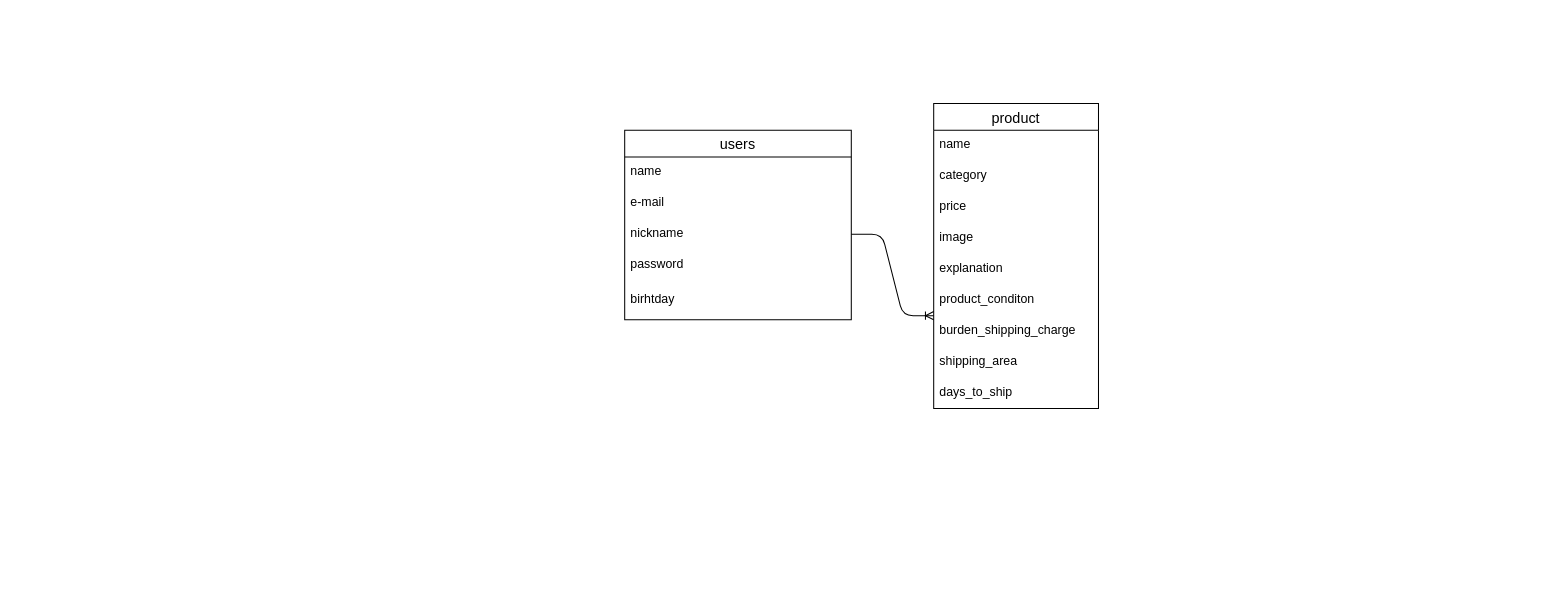
keeee-a/furima-30960 keeps this draw.io diagram as er.dio. Above is the earlier version. Source tidied: cells renumbered, new cells numbered last; positions are measured from the earlier drawing's top-left corner, leaving out a move shared by most shapes. Both pictures are drawn from the tidied source at 103%, with x=0, y=0 at pixel (624, 103).
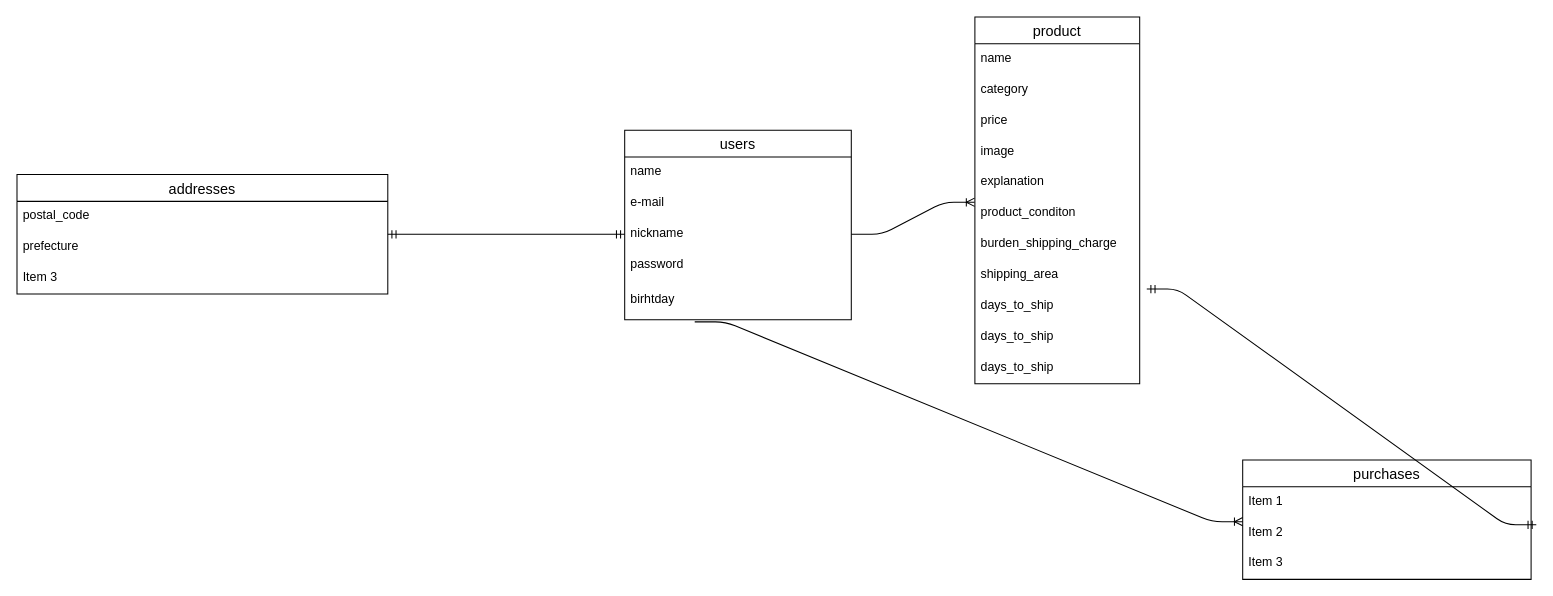
The same diagram, later.

Commit message (it also covers changes not shown here):
データベース設計修正1

設計テーブルの修正
purchasesテーブル、addressesテーブルの作成
associationの記述

The change refers to these unchanged cells:
```xml
<mxCell id="5" value="nickname" style="text;strokeColor=none;fillColor=none;spacingLeft=4;spacingRight=4;overflow=hidden;points=[[0,0.5],[1,0.5]];portConstraint=eastwest;fontSize=12;" parent="2" vertex="1">
  <mxGeometry y="86" width="220" height="30" as="geometry" />
</mxCell>
<mxCell id="7" value="birhtday" style="text;strokeColor=none;fillColor=none;spacingLeft=4;spacingRight=4;overflow=hidden;points=[[0,0.5],[1,0.5]];portConstraint=eastwest;fontSize=12;" parent="2" vertex="1">
  <mxGeometry y="150" width="220" height="34" as="geometry" />
</mxCell>
<mxCell id="14" value="product_conditon" style="text;strokeColor=none;fillColor=none;spacingLeft=4;spacingRight=4;overflow=hidden;points=[[0,0.5],[1,0.5]];portConstraint=eastwest;fontSize=12;" parent="8" vertex="1">
  <mxGeometry y="176" width="160" height="30" as="geometry" />
</mxCell>
```

The edit, as a diff of the source:
```diff
@@
     <mxCell id="8" value="product" style="swimlane;fontStyle=0;horizontal=1;startSize=26;align=center;fontSize=14;" parent="1" vertex="1">
-      <mxGeometry x="300" width="160" height="296" as="geometry" />
+      <mxGeometry x="340" y="-84" width="160" height="356" as="geometry" />
     </mxCell>
@@
+    <mxCell id="19" value="days_to_ship" style="text;strokeColor=none;fillColor=none;spacingLeft=4;spacingRight=4;overflow=hidden;points=[[0,0.5],[1,0.5]];portConstraint=eastwest;fontSize=12;" parent="8" vertex="1">
+      <mxGeometry y="266" width="160" height="30" as="geometry" />
+    </mxCell>
+    <mxCell id="20" value="days_to_ship" style="text;strokeColor=none;fillColor=none;spacingLeft=4;spacingRight=4;overflow=hidden;fontSize=12;" parent="8" vertex="1">
+      <mxGeometry y="296" width="160" height="30" as="geometry" />
+    </mxCell>
     <mxCell id="17" value="days_to_ship" style="text;strokeColor=none;fillColor=none;spacingLeft=4;spacingRight=4;overflow=hidden;fontSize=12;" parent="8" vertex="1">
-      <mxGeometry y="266" width="160" height="30" as="geometry" />
+      <mxGeometry y="326" width="160" height="30" as="geometry" />
     </mxCell>
-    <mxCell id="18" style="edgeStyle=entityRelationEdgeStyle;fontSize=12;html=1;endArrow=ERoneToMany;exitX=1;exitY=0.5;exitDx=0;exitDy=0;" parent="1" edge="1" source="5">
-      <mxGeometry relative="1" as="geometry">
-        <mxPoint x="300" y="206" as="targetPoint" />
-      </mxGeometry>
+    <mxCell id="18" style="edgeStyle=entityRelationEdgeStyle;fontSize=12;html=1;endArrow=ERoneToMany;exitX=1;exitY=0.5;exitDx=0;exitDy=0;entryX=-0.002;entryY=0.129;entryDx=0;entryDy=0;entryPerimeter=0;" parent="1" edge="1" source="5" target="14">
+      <mxGeometry relative="1" as="geometry" />
     </mxCell>
+    <mxCell id="21" value="purchases" style="swimlane;fontStyle=0;horizontal=1;startSize=26;align=center;fontSize=14;" parent="1" vertex="1">
+      <mxGeometry x="600" y="346" width="280" height="116" as="geometry" />
+    </mxCell>
+    <mxCell id="22" value="Item 1" style="text;strokeColor=none;fillColor=none;spacingLeft=4;spacingRight=4;overflow=hidden;fontSize=12;" parent="21" vertex="1">
+      <mxGeometry y="26" width="280" height="30" as="geometry" />
+    </mxCell>
+    <mxCell id="23" value="Item 2" style="text;strokeColor=none;fillColor=none;spacingLeft=4;spacingRight=4;overflow=hidden;points=[[0,0.5],[1,0.5]];portConstraint=eastwest;fontSize=12;" parent="21" vertex="1">
+      <mxGeometry y="56" width="280" height="30" as="geometry" />
+    </mxCell>
+    <mxCell id="24" value="Item 3" style="text;strokeColor=none;fillColor=none;spacingLeft=4;spacingRight=4;overflow=hidden;fontSize=12;" parent="21" vertex="1">
+      <mxGeometry y="86" width="280" height="30" as="geometry" />
+    </mxCell>
+    <mxCell id="25" style="edgeStyle=entityRelationEdgeStyle;fontSize=12;html=1;endArrow=ERoneToMany;exitX=0.309;exitY=1.059;exitDx=0;exitDy=0;exitPerimeter=0;entryX=0;entryY=0.133;entryDx=0;entryDy=0;entryPerimeter=0;" parent="1" edge="1" source="7" target="23">
+      <mxGeometry relative="1" as="geometry" />
+    </mxCell>
+    <mxCell id="26" style="edgeStyle=entityRelationEdgeStyle;fontSize=12;html=1;endArrow=ERmandOne;startArrow=ERmandOne;exitX=1.018;exitY=0.233;exitDx=0;exitDy=0;exitPerimeter=0;entryX=1.043;entryY=-0.062;entryDx=0;entryDy=0;entryPerimeter=0;" parent="1" edge="1" source="23" target="19">
+      <mxGeometry relative="1" as="geometry" />
+    </mxCell>
+    <mxCell id="27" value="addresses" style="swimlane;fontStyle=0;horizontal=1;startSize=26;align=center;fontSize=14;" parent="1" vertex="1">
+      <mxGeometry x="-590" y="69" width="360" height="116" as="geometry" />
+    </mxCell>
+    <mxCell id="28" value="postal_code" style="text;strokeColor=none;fillColor=none;spacingLeft=4;spacingRight=4;overflow=hidden;fontSize=12;" parent="27" vertex="1">
+      <mxGeometry y="26" width="360" height="30" as="geometry" />
+    </mxCell>
+    <mxCell id="29" value="prefecture" style="text;strokeColor=none;fillColor=none;spacingLeft=4;spacingRight=4;overflow=hidden;fontSize=12;" parent="27" vertex="1">
+      <mxGeometry y="56" width="360" height="30" as="geometry" />
+    </mxCell>
+    <mxCell id="30" value="Item 3" style="text;strokeColor=none;fillColor=none;spacingLeft=4;spacingRight=4;overflow=hidden;fontSize=12;" parent="27" vertex="1">
+      <mxGeometry y="86" width="360" height="30" as="geometry" />
+    </mxCell>
+    <mxCell id="31" style="edgeStyle=entityRelationEdgeStyle;fontSize=12;html=1;endArrow=ERmandOne;startArrow=ERmandOne;entryX=0;entryY=0.5;entryDx=0;entryDy=0;" parent="1" edge="1" source="27" target="5">
+      <mxGeometry relative="1" as="geometry" />
+    </mxCell>
```
